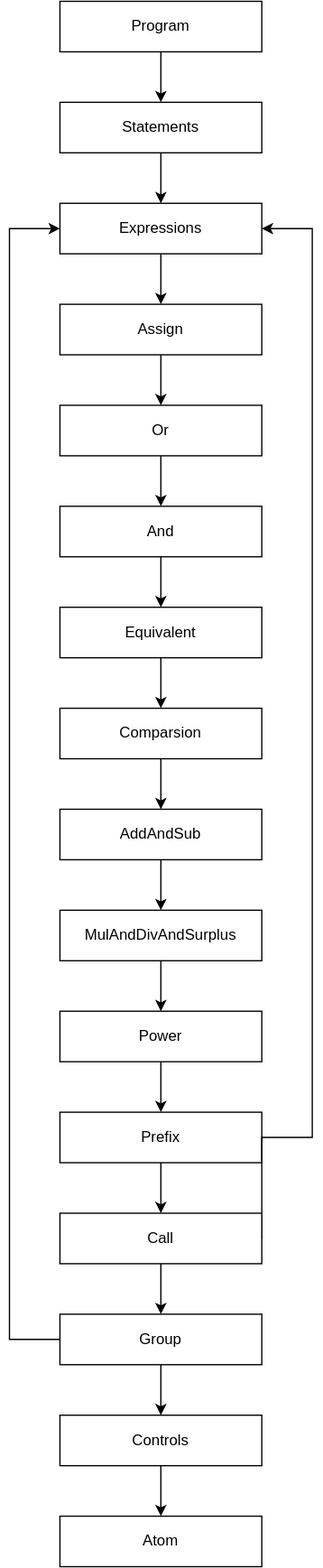
This is parsers.drawio.svg from kuro-lang/kuro-lang, a draw.io export, as it was before one commit. Source tidied: cells renumbered, new cells last; positions are measured from the earlier drawing's top-left corner, leaving out a move shared by most shapes.
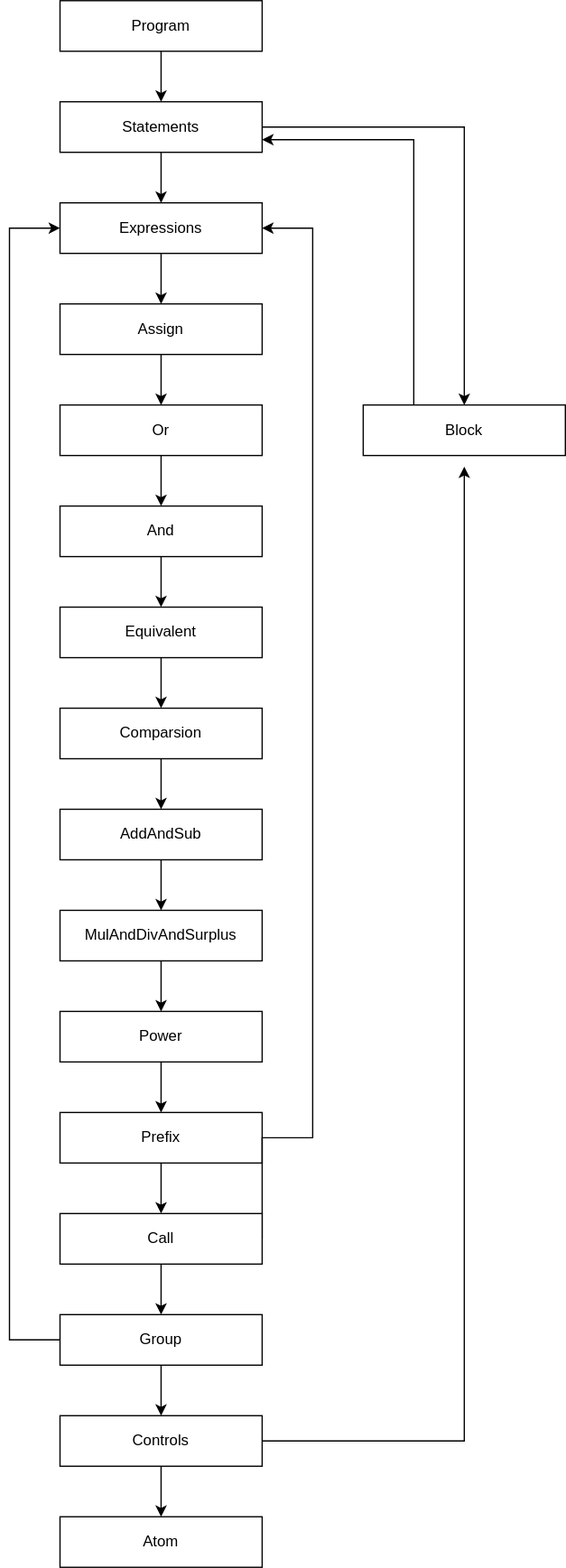
After the commit.

What changed in the source:
```diff
@@ -11,6 +11,9 @@
     <mxCell id="4" style="edgeStyle=orthogonalEdgeStyle;rounded=0;jettySize=auto;html=1;exitX=0.5;exitY=1;exitDx=0;exitDy=0;" parent="1" edge="1" source="5" target="7">
       <mxGeometry relative="1" as="geometry" />
     </mxCell>
+    <mxCell id="35" style="edgeStyle=orthogonalEdgeStyle;rounded=0;jettySize=auto;html=1;exitX=1;exitY=0.5;exitDx=0;exitDy=0;entryX=0.5;entryY=0;entryDx=0;entryDy=0;" parent="1" edge="1" source="5" target="38">
+      <mxGeometry relative="1" as="geometry" />
+    </mxCell>
     <mxCell id="5" value="Statements" style="rounded=0;whiteSpace=wrap;html=1;" parent="1" vertex="1">
       <mxGeometry x="40" y="80" width="160" height="40" as="geometry" />
     </mxCell>
@@ -108,8 +111,19 @@
     <mxCell id="33" style="edgeStyle=orthogonalEdgeStyle;rounded=0;jettySize=auto;html=1;exitX=0.5;exitY=1;exitDx=0;exitDy=0;entryX=0.5;entryY=0;entryDx=0;entryDy=0;" parent="1" edge="1" source="34" target="30">
       <mxGeometry relative="1" as="geometry" />
     </mxCell>
+    <mxCell id="36" style="edgeStyle=orthogonalEdgeStyle;rounded=0;jettySize=auto;html=1;exitX=1;exitY=0.5;exitDx=0;exitDy=0;" parent="1" edge="1" source="34">
+      <mxGeometry relative="1" as="geometry">
+        <mxPoint x="360" y="368.8" as="targetPoint" />
+      </mxGeometry>
+    </mxCell>
     <mxCell id="34" value="Controls" style="rounded=0;whiteSpace=wrap;html=1;" parent="1" vertex="1">
       <mxGeometry x="40" y="1120" width="160" height="40" as="geometry" />
     </mxCell>
+    <mxCell id="37" style="edgeStyle=orthogonalEdgeStyle;rounded=0;jettySize=auto;html=1;exitX=0.25;exitY=0;exitDx=0;exitDy=0;entryX=1;entryY=0.75;entryDx=0;entryDy=0;" parent="1" edge="1" source="38" target="5">
+      <mxGeometry relative="1" as="geometry" />
+    </mxCell>
+    <mxCell id="38" value="Block" style="rounded=0;whiteSpace=wrap;html=1;" parent="1" vertex="1">
+      <mxGeometry x="280" y="320" width="160" height="40" as="geometry" />
+    </mxCell>
   </root>
 </mxGraphModel>
```
